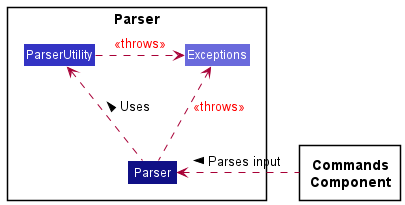
Earlier version of the PlantUML export docs/images/ParserClassDiagram.png (nus-cs2113-AY2122S2/tp).
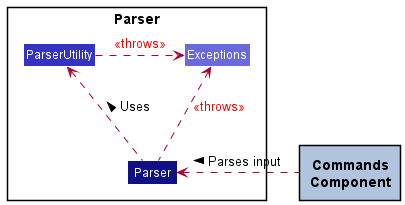
Later version of the same file.

Commit message:
Update Parser Class Diagram color scheme

Change to the diagram source:
```diff
@@ -8,7 +8,7 @@
     Class Exceptions LOGIC_COLOR_T2
 }
 
-package Commands as "**Commands**\n**Component**" {
+package Commands as "**Commands**\n**Component**" COMMAND_COLOR_T2 {
 }
 
 
```
